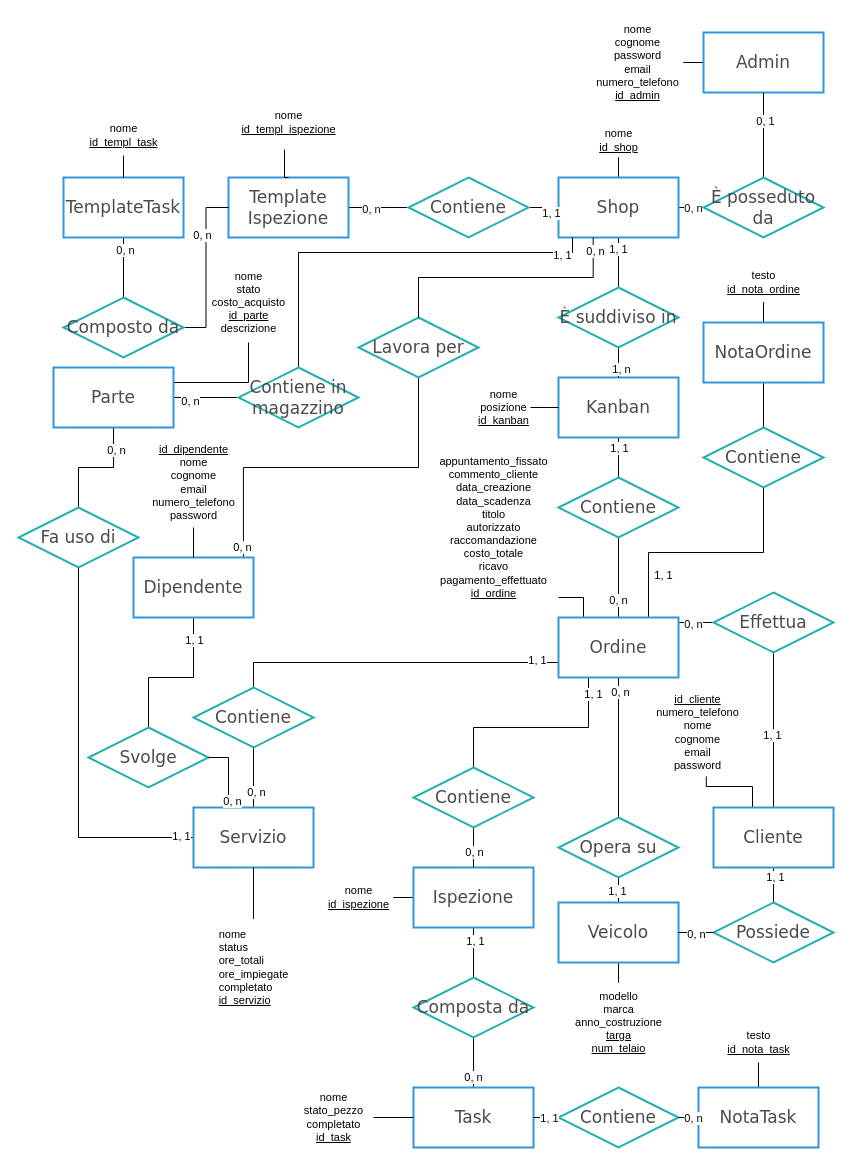
Before: resources/Officina.drawio in Mattia-Gaetano-Greco/Officina, a draw.io diagram. Source tidied: cells renumbered, new cells numbered last; positions are measured from the earlier drawing's top-left corner, leaving out a move shared by most shapes. Both pictures are drawn from the tidied source at 100%, with x=0, y=0 at pixel (18, 17).
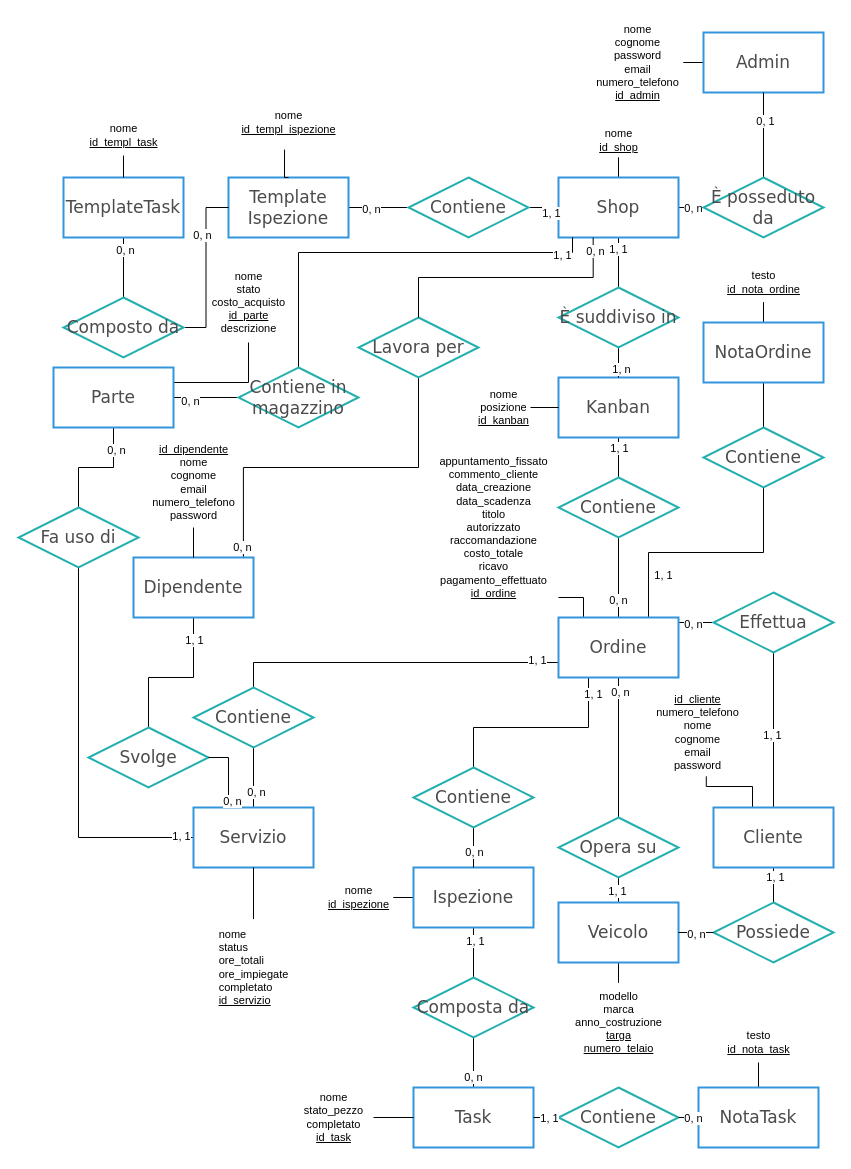
After the change.

The edit, as a diff of the source:
```diff
@@
-    <mxCell id="49" value="modello&lt;br style=&quot;font-size: 11px;&quot;&gt;marca&lt;br style=&quot;font-size: 11px;&quot;&gt;anno_costruzione&lt;br style=&quot;font-size: 11px;&quot;&gt;&lt;u style=&quot;font-size: 11px;&quot;&gt;targa&lt;br style=&quot;font-size: 11px;&quot;&gt;num_telaio&lt;/u&gt;" style="text;html=1;align=center;verticalAlign=middle;points=[];strokeColor=none;fillColor=none;fontSize=11;fontFamily=Helvetica;fontColor=default;" parent="1" vertex="1">
+    <mxCell id="49" value="modello&lt;br style=&quot;font-size: 11px;&quot;&gt;marca&lt;br style=&quot;font-size: 11px;&quot;&gt;anno_costruzione&lt;br style=&quot;font-size: 11px;&quot;&gt;&lt;u style=&quot;font-size: 11px;&quot;&gt;targa&lt;br style=&quot;font-size: 11px;&quot;&gt;numero_telaio&lt;/u&gt;" style="text;html=1;align=center;verticalAlign=middle;points=[];strokeColor=none;fillColor=none;fontSize=11;fontFamily=Helvetica;fontColor=default;" parent="1" vertex="1">
       <mxGeometry x="545" y="965" width="110" height="80" as="geometry" />
     </mxCell>
```
